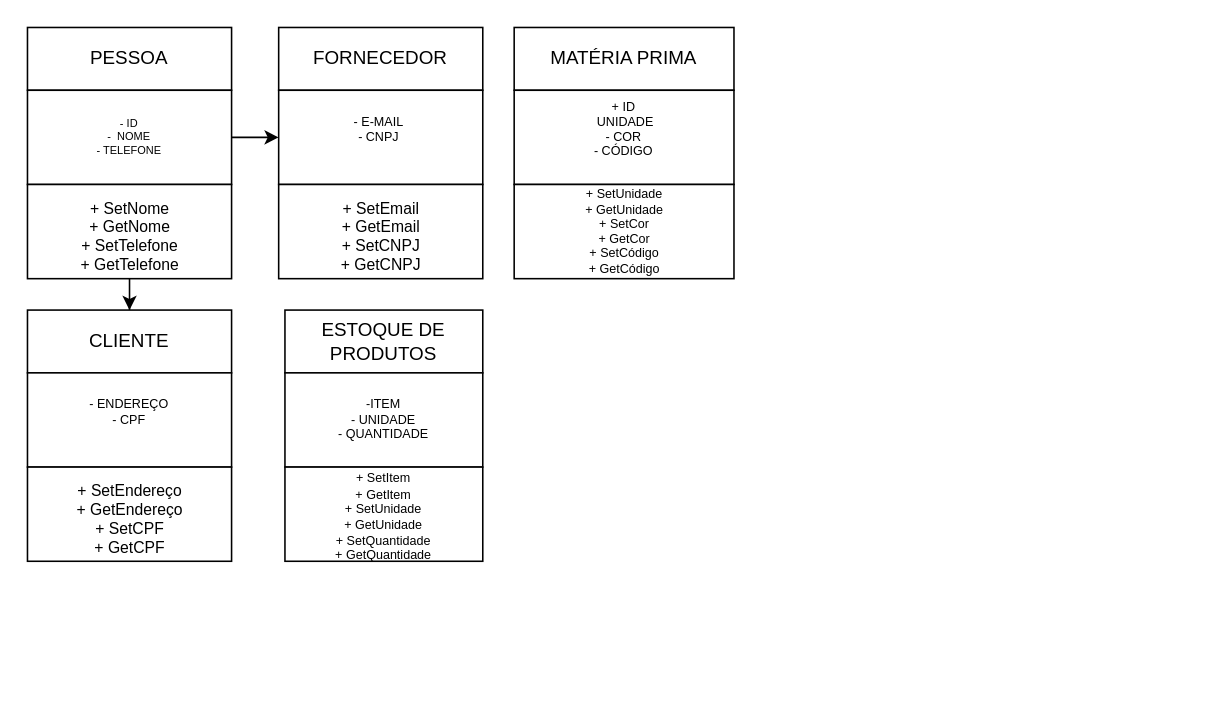
Before: doc/classes.drawio in sarahnandynne/fluxograma.sarah, a draw.io diagram. Source tidied: cells renumbered, new cells numbered last; positions are measured from the earlier drawing's top-left corner, leaving out a move shared by most shapes. Both pictures are drawn from the tidied source at 157%, with x=0, y=0 at pixel (27, 27).
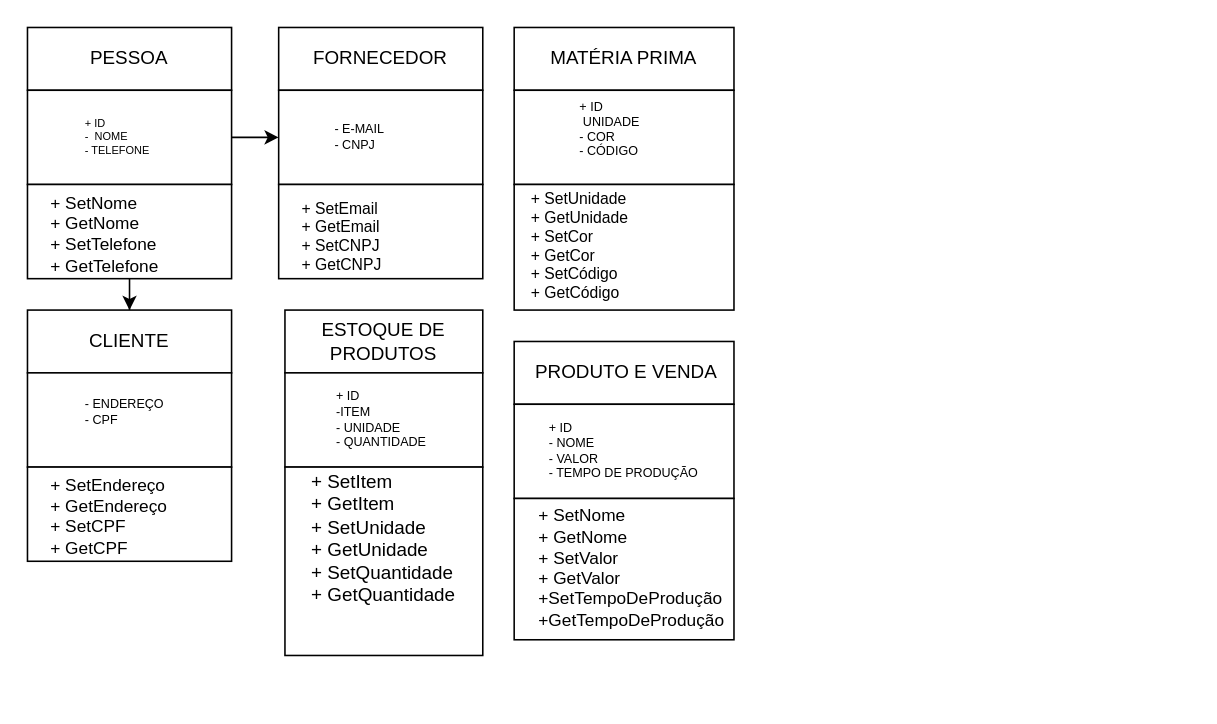
After the change.

Diff of the diagram source:
```diff
@@
-    <mxCell id="5" value="- ENDEREÇO&lt;div&gt;- CPF&lt;br&gt;&lt;div style=&quot;font-size: 8px;&quot;&gt;&lt;br style=&quot;font-size: 8px;&quot;&gt;&lt;/div&gt;&lt;/div&gt;" style="text;html=1;align=center;verticalAlign=middle;whiteSpace=wrap;rounded=0;fontSize=8;" parent="1" vertex="1">
+    <mxCell id="5" value="- ENDEREÇO&lt;div&gt;- CPF&lt;br&gt;&lt;div style=&quot;font-size: 8px;&quot;&gt;&lt;br style=&quot;font-size: 8px;&quot;&gt;&lt;/div&gt;&lt;/div&gt;" style="text;html=1;align=left;verticalAlign=middle;whiteSpace=wrap;rounded=0;fontSize=8;" parent="1" vertex="1">
       <mxGeometry x="35" y="235" width="60" height="30" as="geometry" />
     </mxCell>
@@
-    <mxCell id="11" value="&lt;div style=&quot;font-size: 7px;&quot;&gt;&lt;div style=&quot;font-size: 7px;&quot;&gt;&lt;font style=&quot;font-size: 7px;&quot;&gt;- ID&lt;/font&gt;&lt;/div&gt;&lt;div style=&quot;font-size: 7px;&quot;&gt;&lt;font style=&quot;font-size: 7px;&quot;&gt;-&amp;nbsp; NOME&lt;/font&gt;&lt;/div&gt;&lt;/div&gt;&lt;div style=&quot;font-size: 7px;&quot;&gt;&lt;font style=&quot;font-size: 7px;&quot;&gt;- TELEFONE&lt;/font&gt;&lt;/div&gt;" style="text;html=1;align=center;verticalAlign=middle;whiteSpace=wrap;rounded=0;fontSize=7;" parent="1" vertex="1">
+    <mxCell id="11" value="&lt;div style=&quot;font-size: 7px;&quot;&gt;&lt;div style=&quot;font-size: 7px;&quot;&gt;&lt;font style=&quot;font-size: 7px;&quot;&gt;+ ID&lt;/font&gt;&lt;/div&gt;&lt;div style=&quot;font-size: 7px;&quot;&gt;&lt;font style=&quot;font-size: 7px;&quot;&gt;-&amp;nbsp; NOME&lt;/font&gt;&lt;/div&gt;&lt;/div&gt;&lt;div style=&quot;font-size: 7px;&quot;&gt;&lt;font style=&quot;font-size: 7px;&quot;&gt;- TELEFONE&lt;/font&gt;&lt;/div&gt;" style="text;html=1;align=left;verticalAlign=middle;whiteSpace=wrap;rounded=0;fontSize=7;" parent="1" vertex="1">
       <mxGeometry x="35" y="55" width="60" height="30" as="geometry" />
     </mxCell>
-    <mxCell id="12" value="&lt;div style=&quot;font-size: 10px;&quot;&gt;+ SetNome&lt;div&gt;+ GetNome&lt;/div&gt;&lt;div&gt;+ SetTelefone&lt;/div&gt;&lt;div&gt;+ GetTelefone&lt;/div&gt;&lt;div&gt;&lt;br&gt;&lt;/div&gt;&lt;div&gt;&lt;br&gt;&lt;/div&gt;&lt;/div&gt;" style="text;html=1;align=center;verticalAlign=middle;whiteSpace=wrap;rounded=0;fontSize=10;" parent="1" vertex="1">
+    <mxCell id="12" value="&lt;div style=&quot;font-size: 11px;&quot;&gt;+ SetNome&lt;div&gt;+ GetNome&lt;/div&gt;&lt;div&gt;+ SetTelefone&lt;/div&gt;&lt;div&gt;+ GetTelefone&lt;/div&gt;&lt;div&gt;&lt;br&gt;&lt;/div&gt;&lt;div&gt;&lt;br&gt;&lt;/div&gt;&lt;/div&gt;" style="text;html=1;align=left;verticalAlign=middle;whiteSpace=wrap;rounded=0;fontSize=10;" parent="1" vertex="1">
       <mxGeometry x="12.5" y="130" width="105" height="30" as="geometry" />
     </mxCell>
-    <mxCell id="13" value="&lt;div style=&quot;font-size: 10px;&quot;&gt;+ SetEndereço&lt;div&gt;+ GetEndereço&lt;/div&gt;&lt;div&gt;&lt;span style=&quot;background-color: initial;&quot;&gt;+ SetCPF&lt;/span&gt;&lt;/div&gt;&lt;div&gt;&lt;span style=&quot;background-color: initial;&quot;&gt;+ GetCPF&lt;/span&gt;&lt;/div&gt;&lt;div&gt;&lt;br&gt;&lt;/div&gt;&lt;div&gt;&lt;br&gt;&lt;/div&gt;&lt;/div&gt;" style="text;html=1;align=center;verticalAlign=middle;whiteSpace=wrap;rounded=0;fontSize=10;" parent="1" vertex="1">
+    <mxCell id="13" value="&lt;div style=&quot;font-size: 11px;&quot;&gt;+ SetEndereço&lt;div&gt;+ GetEndereço&lt;/div&gt;&lt;div&gt;&lt;span style=&quot;background-color: initial;&quot;&gt;+ SetCPF&lt;/span&gt;&lt;/div&gt;&lt;div&gt;&lt;span style=&quot;background-color: initial;&quot;&gt;+ GetCPF&lt;/span&gt;&lt;/div&gt;&lt;div&gt;&lt;br&gt;&lt;/div&gt;&lt;div&gt;&lt;br&gt;&lt;/div&gt;&lt;/div&gt;" style="text;html=1;align=left;verticalAlign=middle;whiteSpace=wrap;rounded=0;fontSize=10;" parent="1" vertex="1">
       <mxGeometry x="12.5" y="310" width="105" height="30" as="geometry" />
     </mxCell>
@@
-    <mxCell id="17" value="- E-MAIL&lt;div&gt;- CNPJ&lt;br&gt;&lt;div style=&quot;font-size: 8px;&quot;&gt;&lt;br style=&quot;font-size: 8px;&quot;&gt;&lt;/div&gt;&lt;/div&gt;" style="text;html=1;align=center;verticalAlign=middle;whiteSpace=wrap;rounded=0;fontSize=8;" parent="1" vertex="1">
+    <mxCell id="17" value="&lt;div&gt;&lt;br&gt;&lt;/div&gt;&lt;div&gt;&lt;span style=&quot;background-color: initial;&quot;&gt;- E-MAIL&lt;/span&gt;&lt;br&gt;&lt;/div&gt;&lt;div&gt;- CNPJ&lt;br&gt;&lt;div style=&quot;font-size: 8px;&quot;&gt;&lt;br style=&quot;font-size: 8px;&quot;&gt;&lt;/div&gt;&lt;/div&gt;" style="text;html=1;align=left;verticalAlign=middle;whiteSpace=wrap;rounded=0;fontSize=8;" parent="1" vertex="1">
       <mxGeometry x="194" y="55" width="60" height="30" as="geometry" />
     </mxCell>
-    <mxCell id="18" value="&lt;div style=&quot;font-size: 10px;&quot;&gt;+ SetEmail&lt;div&gt;+ GetEmail&lt;/div&gt;&lt;div&gt;&lt;span style=&quot;background-color: initial;&quot;&gt;+ SetCNPJ&lt;/span&gt;&lt;/div&gt;&lt;div&gt;&lt;span style=&quot;background-color: initial;&quot;&gt;+ GetCNPJ&lt;/span&gt;&lt;/div&gt;&lt;div&gt;&lt;br&gt;&lt;/div&gt;&lt;div&gt;&lt;br&gt;&lt;/div&gt;&lt;/div&gt;" style="text;html=1;align=center;verticalAlign=middle;whiteSpace=wrap;rounded=0;fontSize=10;" parent="1" vertex="1">
+    <mxCell id="18" value="&lt;div style=&quot;font-size: 10px;&quot;&gt;+ SetEmail&lt;div&gt;+ GetEmail&lt;/div&gt;&lt;div&gt;&lt;span style=&quot;background-color: initial;&quot;&gt;+ SetCNPJ&lt;/span&gt;&lt;/div&gt;&lt;div&gt;&lt;span style=&quot;background-color: initial;&quot;&gt;+ GetCNPJ&lt;/span&gt;&lt;/div&gt;&lt;div&gt;&lt;br&gt;&lt;/div&gt;&lt;div&gt;&lt;br&gt;&lt;/div&gt;&lt;/div&gt;" style="text;html=1;align=left;verticalAlign=middle;whiteSpace=wrap;rounded=0;fontSize=10;" parent="1" vertex="1">
       <mxGeometry x="172.5" y="130" width="105" height="30" as="geometry" />
     </mxCell>
@@
     <mxCell id="21" style="rounded=0;whiteSpace=wrap;html=1;" parent="1" vertex="1">
-      <mxGeometry x="310" y="100" width="140" height="60" as="geometry" />
+      <mxGeometry x="310" y="100" width="140" height="80" as="geometry" />
     </mxCell>
-    <mxCell id="22" value="+ ID&lt;div&gt;&amp;nbsp;UNIDADE&lt;div&gt;- COR&lt;/div&gt;&lt;div&gt;- CÓDIGO&lt;br&gt;&lt;div style=&quot;font-size: 8px;&quot;&gt;&lt;br style=&quot;font-size: 8px;&quot;&gt;&lt;/div&gt;&lt;/div&gt;&lt;/div&gt;" style="text;html=1;align=center;verticalAlign=middle;whiteSpace=wrap;rounded=0;fontSize=8;" parent="1" vertex="1">
+    <mxCell id="22" value="+ ID&lt;div&gt;&amp;nbsp;UNIDADE&lt;div&gt;- COR&lt;/div&gt;&lt;div&gt;- CÓDIGO&lt;br&gt;&lt;div style=&quot;font-size: 8px;&quot;&gt;&lt;br style=&quot;font-size: 8px;&quot;&gt;&lt;/div&gt;&lt;/div&gt;&lt;/div&gt;" style="text;html=1;align=left;verticalAlign=middle;whiteSpace=wrap;rounded=0;fontSize=8;" parent="1" vertex="1">
       <mxGeometry x="350" y="55" width="60" height="30" as="geometry" />
     </mxCell>
-    <mxCell id="23" value="&lt;div style=&quot;font-size: 8px;&quot;&gt;+ SetUnidade&lt;div style=&quot;font-size: 8px;&quot;&gt;+ GetUnidade&lt;/div&gt;&lt;div style=&quot;font-size: 8px;&quot;&gt;&lt;span style=&quot;background-color: initial; font-size: 8px;&quot;&gt;+ SetCor&lt;/span&gt;&lt;/div&gt;&lt;div style=&quot;font-size: 8px;&quot;&gt;&lt;span style=&quot;background-color: initial; font-size: 8px;&quot;&gt;+ GetCor&lt;/span&gt;&lt;/div&gt;&lt;div style=&quot;font-size: 8px;&quot;&gt;&lt;span style=&quot;background-color: initial; font-size: 8px;&quot;&gt;+ SetCódigo&lt;/span&gt;&lt;/div&gt;&lt;div style=&quot;font-size: 8px;&quot;&gt;&lt;span style=&quot;background-color: initial; font-size: 8px;&quot;&gt;+ GetCódigo&lt;/span&gt;&lt;/div&gt;&lt;div style=&quot;font-size: 8px;&quot;&gt;&lt;br style=&quot;font-size: 8px;&quot;&gt;&lt;/div&gt;&lt;/div&gt;" style="text;html=1;align=center;verticalAlign=middle;whiteSpace=wrap;rounded=0;fontSize=8;" parent="1" vertex="1">
-      <mxGeometry x="318.8" y="120" width="122.5" height="30" as="geometry" />
+    <mxCell id="23" value="&lt;div style=&quot;&quot;&gt;+ SetUnidade&lt;div style=&quot;&quot;&gt;+ GetUnidade&lt;/div&gt;&lt;div style=&quot;&quot;&gt;&lt;span style=&quot;background-color: initial;&quot;&gt;+ SetCor&lt;/span&gt;&lt;/div&gt;&lt;div style=&quot;&quot;&gt;&lt;span style=&quot;background-color: initial;&quot;&gt;+ GetCor&lt;/span&gt;&lt;/div&gt;&lt;div style=&quot;&quot;&gt;&lt;span style=&quot;background-color: initial;&quot;&gt;+ SetCódigo&lt;/span&gt;&lt;/div&gt;&lt;div style=&quot;&quot;&gt;&lt;span style=&quot;background-color: initial;&quot;&gt;+ GetCódigo&lt;/span&gt;&lt;/div&gt;&lt;div style=&quot;&quot;&gt;&lt;br style=&quot;&quot;&gt;&lt;/div&gt;&lt;/div&gt;" style="text;html=1;align=left;verticalAlign=middle;whiteSpace=wrap;rounded=0;fontSize=10;" parent="1" vertex="1">
+      <mxGeometry x="318.8" y="135" width="122.5" height="20" as="geometry" />
     </mxCell>
@@
-    <mxCell id="26" value="&lt;div&gt;-&lt;span style=&quot;background-color: initial;&quot;&gt;ITEM&lt;/span&gt;&lt;/div&gt;&lt;div&gt;-&lt;span style=&quot;background-color: initial;&quot;&gt;&amp;nbsp;UNIDADE&lt;/span&gt;&lt;/div&gt;&lt;div&gt;&lt;div&gt;- QUANTIDADE&lt;/div&gt;&lt;/div&gt;" style="text;html=1;align=center;verticalAlign=middle;whiteSpace=wrap;rounded=0;fontSize=8;" parent="1" vertex="1">
+    <mxCell id="26" value="&lt;div style=&quot;&quot;&gt;&lt;font style=&quot;font-size: 8px;&quot;&gt;+ ID&lt;/font&gt;&lt;/div&gt;&lt;div style=&quot;&quot;&gt;&lt;font style=&quot;font-size: 8px;&quot;&gt;-&lt;span style=&quot;background-color: initial;&quot;&gt;ITEM&lt;/span&gt;&lt;/font&gt;&lt;/div&gt;&lt;div style=&quot;&quot;&gt;&lt;font style=&quot;font-size: 8px;&quot;&gt;-&lt;span style=&quot;background-color: initial;&quot;&gt;&amp;nbsp;UNIDADE&lt;/span&gt;&lt;/font&gt;&lt;/div&gt;&lt;div style=&quot;&quot;&gt;&lt;div style=&quot;&quot;&gt;&lt;font style=&quot;font-size: 8px;&quot;&gt;- QUANTIDADE&lt;/font&gt;&lt;/div&gt;&lt;/div&gt;" style="text;html=1;align=left;verticalAlign=middle;whiteSpace=wrap;rounded=0;fontSize=8;" parent="1" vertex="1">
       <mxGeometry x="195" y="181.2" width="64" height="137.5" as="geometry" />
     </mxCell>
-    <mxCell id="27" value="&lt;font style=&quot;font-size: 8px;&quot;&gt;&lt;br&gt;+ SetItem&lt;/font&gt;&lt;div style=&quot;font-size: 8px;&quot;&gt;+ GetItem&lt;/div&gt;&lt;div style=&quot;font-size: 8px;&quot;&gt;+ SetUnidade&lt;/div&gt;&lt;div style=&quot;font-size: 8px;&quot;&gt;+ GetUnidade&lt;/div&gt;&lt;div style=&quot;font-size: 8px;&quot;&gt;+ SetQuantidade&lt;/div&gt;&lt;div style=&quot;font-size: 8px;&quot;&gt;+ GetQuantidade&lt;/div&gt;&lt;div style=&quot;font-size: 8px;&quot;&gt;&lt;br&gt;&lt;/div&gt;&lt;div style=&quot;font-size: 2px;&quot;&gt;&lt;br&gt;&lt;br&gt;&lt;/div&gt;" style="rounded=0;whiteSpace=wrap;html=1;" parent="1" vertex="1">
-      <mxGeometry x="164" y="280" width="126" height="60" as="geometry" />
+    <mxCell id="27" value="&lt;div style=&quot;text-align: left;&quot;&gt;&lt;br&gt;&lt;/div&gt;&lt;font style=&quot;font-size: 12px;&quot;&gt;&lt;div style=&quot;text-align: left;&quot;&gt;&lt;span style=&quot;background-color: initial;&quot;&gt;+ SetItem&lt;/span&gt;&lt;/div&gt;&lt;/font&gt;&lt;div style=&quot;text-align: left;&quot;&gt;&lt;font style=&quot;font-size: 12px;&quot;&gt;+ GetItem&lt;/font&gt;&lt;/div&gt;&lt;div style=&quot;text-align: left;&quot;&gt;&lt;font style=&quot;font-size: 12px;&quot;&gt;+ SetUnidade&lt;/font&gt;&lt;/div&gt;&lt;div style=&quot;text-align: left;&quot;&gt;&lt;font style=&quot;font-size: 12px;&quot;&gt;+ GetUnidade&lt;/font&gt;&lt;/div&gt;&lt;div style=&quot;text-align: left;&quot;&gt;&lt;font style=&quot;font-size: 12px;&quot;&gt;+ SetQuantidade&lt;/font&gt;&lt;/div&gt;&lt;div style=&quot;text-align: left;&quot;&gt;&lt;font style=&quot;font-size: 12px;&quot;&gt;+ GetQuantidade&lt;/font&gt;&lt;/div&gt;&lt;div style=&quot;text-align: left;&quot;&gt;&lt;font style=&quot;font-size: 12px;&quot;&gt;&lt;br&gt;&lt;/font&gt;&lt;/div&gt;&lt;div style=&quot;&quot;&gt;&lt;div style=&quot;text-align: left;&quot;&gt;&lt;br&gt;&lt;/div&gt;&lt;div style=&quot;text-align: left;&quot;&gt;&lt;br&gt;&lt;/div&gt;&lt;/div&gt;" style="rounded=0;whiteSpace=wrap;html=1;" parent="1" vertex="1">
+      <mxGeometry x="164" y="280" width="126" height="120" as="geometry" />
     </mxCell>
+    <mxCell id="28" value="&amp;nbsp;PRODUTO E VENDA" style="rounded=0;whiteSpace=wrap;html=1;" parent="1" vertex="1">
+      <mxGeometry x="310" y="200" width="140" height="40" as="geometry" />
+    </mxCell>
+    <mxCell id="29" value="&lt;div style=&quot;font-size: 8px; text-align: left;&quot;&gt;+ ID&lt;/div&gt;&lt;div style=&quot;font-size: 8px; text-align: left;&quot;&gt;- NOME&lt;/div&gt;&lt;div style=&quot;font-size: 8px; text-align: left;&quot;&gt;-&lt;span style=&quot;background-color: initial;&quot;&gt;&amp;nbsp;VALOR&lt;/span&gt;&lt;/div&gt;&lt;div style=&quot;font-size: 8px; text-align: left;&quot;&gt;- TEMPO DE PRODUÇÃO&lt;/div&gt;" style="rounded=0;whiteSpace=wrap;html=1;" parent="1" vertex="1">
+      <mxGeometry x="310" y="240" width="140" height="60" as="geometry" />
+    </mxCell>
+    <mxCell id="30" value="&lt;div style=&quot;forced-color-adjust: none;&quot;&gt;&lt;br&gt;&lt;/div&gt;" style="rounded=0;whiteSpace=wrap;html=1;align=left;" parent="1" vertex="1">
+      <mxGeometry x="600" y="360" width="140" as="geometry" />
+    </mxCell>
+    <mxCell id="31" style="rounded=0;whiteSpace=wrap;html=1;" parent="1" vertex="1">
+      <mxGeometry x="310" y="300" width="140" height="90" as="geometry" />
+    </mxCell>
+    <mxCell id="32" value="&lt;div style=&quot;text-align: left;&quot;&gt;&lt;span style=&quot;font-size: 11px; background-color: initial;&quot;&gt;+ SetNome&lt;/span&gt;&lt;/div&gt;&lt;div style=&quot;text-align: left; font-size: 11px;&quot;&gt;&lt;font style=&quot;font-size: 11px;&quot;&gt;+ GetNome&lt;/font&gt;&lt;/div&gt;&lt;div style=&quot;text-align: left; font-size: 11px;&quot;&gt;&lt;font style=&quot;font-size: 11px;&quot;&gt;+ SetValor&lt;/font&gt;&lt;/div&gt;&lt;div style=&quot;text-align: left; font-size: 11px;&quot;&gt;&lt;font style=&quot;font-size: 11px;&quot;&gt;+ GetValor&lt;/font&gt;&lt;/div&gt;&lt;div style=&quot;text-align: left; font-size: 11px;&quot;&gt;&lt;font style=&quot;font-size: 11px;&quot;&gt;+SetTempoDeProdução&lt;/font&gt;&lt;/div&gt;&lt;div style=&quot;text-align: left; font-size: 11px;&quot;&gt;&lt;font style=&quot;font-size: 11px;&quot;&gt;+GetTempoDeProdução&lt;/font&gt;&lt;/div&gt;&lt;div style=&quot;text-align: left; font-size: 11px;&quot;&gt;&lt;font style=&quot;font-size: 11px;&quot;&gt;&lt;br&gt;&lt;/font&gt;&lt;/div&gt;&lt;div style=&quot;&quot;&gt;&lt;div style=&quot;text-align: left;&quot;&gt;&lt;span style=&quot;font-size: 11px;&quot;&gt;&lt;br&gt;&lt;/span&gt;&lt;/div&gt;&lt;div style=&quot;text-align: left;&quot;&gt;&lt;br&gt;&lt;/div&gt;&lt;/div&gt;" style="text;html=1;align=center;verticalAlign=middle;whiteSpace=wrap;rounded=0;" parent="1" vertex="1">
+      <mxGeometry x="350" y="350" width="70" height="30" as="geometry" />
+    </mxCell>
```
